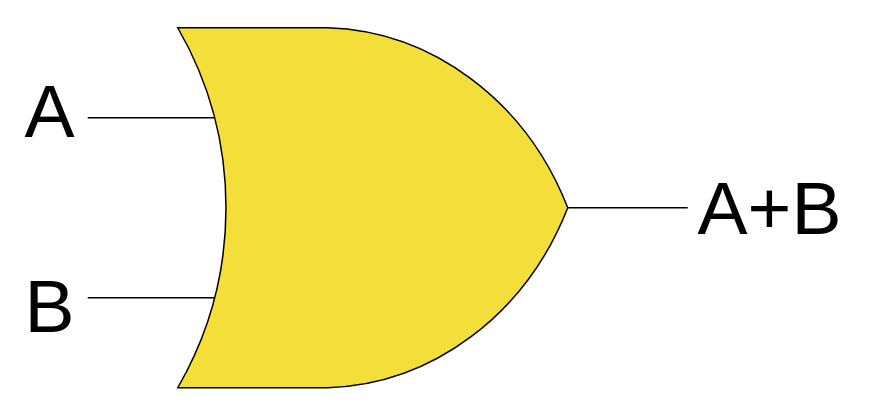
Above: docs/drawings/ORGate.drawio in Legohead259/OCE4531-Material (draw.io), before the change. Source tidied: cells renumbered, new cells numbered last; positions are measured from the earlier drawing's top-left corner, leaving out a move shared by most shapes. Both pictures are drawn from the tidied source at 150%, with x=0, y=0 at pixel (27, 27).
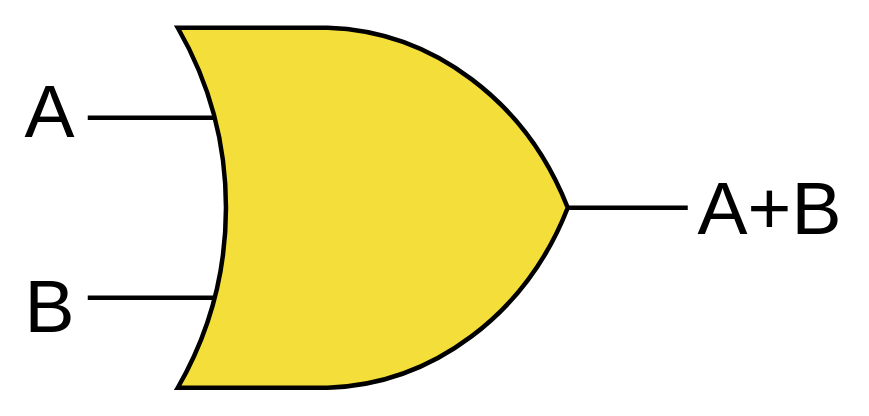
The same page after the edit.

The edit, as a diff of the source:
```diff
@@
 <mxGraphModel>
   <root>
     <mxCell id="0" />
     <mxCell id="1" parent="0" />
     <mxCell id="2" value="&lt;font style=&quot;font-size: 50px&quot;&gt;A&lt;/font&gt;" style="text;html=1;strokeColor=none;fillColor=none;align=center;verticalAlign=middle;whiteSpace=wrap;rounded=0;" parent="1" vertex="1">
       <mxGeometry y="40" width="30" height="30" as="geometry" />
     </mxCell>
     <mxCell id="3" value="&lt;font style=&quot;font-size: 50px&quot;&gt;B&lt;/font&gt;" style="text;html=1;strokeColor=none;fillColor=none;align=center;verticalAlign=middle;whiteSpace=wrap;rounded=0;" parent="1" vertex="1">
       <mxGeometry y="170" width="30" height="30" as="geometry" />
     </mxCell>
     <mxCell id="4" value="&lt;font style=&quot;font-size: 50px&quot;&gt;A+B&lt;/font&gt;" style="text;html=1;strokeColor=none;fillColor=none;align=center;verticalAlign=middle;whiteSpace=wrap;rounded=0;" parent="1" vertex="1">
       <mxGeometry x="450" y="105" width="90" height="30" as="geometry" />
     </mxCell>
-    <mxCell id="5" style="verticalLabelPosition=bottom;shadow=0;dashed=0;align=center;html=1;verticalAlign=top;shape=mxgraph.electrical.logic_gates.logic_gate;operation=or;fillColor=#F4DE3A;" parent="1" vertex="1">
+    <mxCell id="5" style="verticalLabelPosition=bottom;shadow=0;dashed=0;align=center;html=1;verticalAlign=top;shape=mxgraph.electrical.logic_gates.logic_gate;operation=or;fillColor=#F4DE3A;strokeWidth=3;" parent="1" vertex="1">
       <mxGeometry x="40" width="400" height="240" as="geometry" />
     </mxCell>
   </root>
 </mxGraphModel>
```
